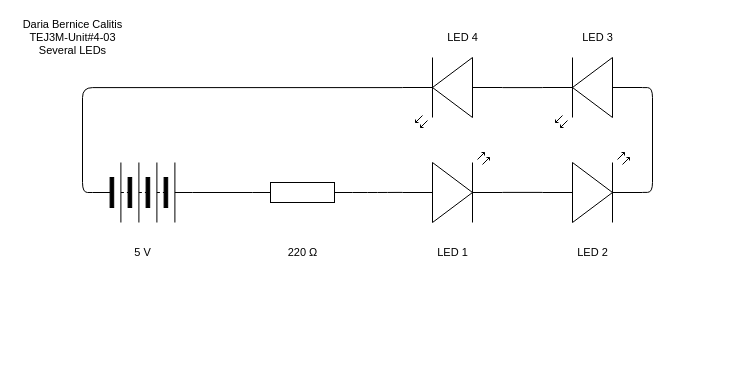
Before: TEJ3M-Unit#4-03-Extra.drawio in dbcalitis/TEJ3M-Unit-4, a draw.io diagram. Source tidied: cells renumbered, new cells numbered last; positions are measured from the earlier drawing's top-left corner, leaving out a move shared by most shapes. Both pictures are drawn from the tidied source at 100%, with x=0, y=0 at pixel (17, 17).
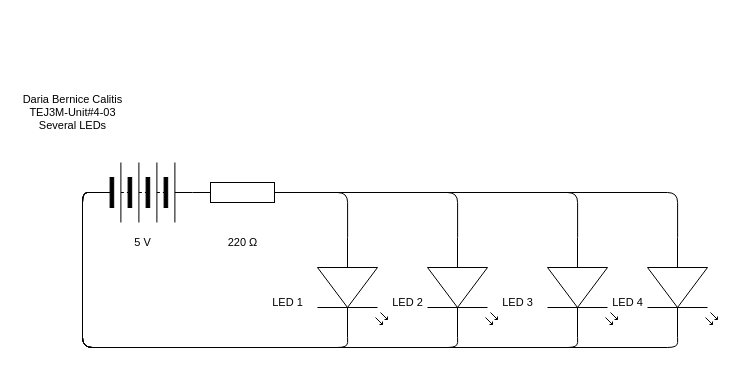
After the change.

The change refers to these unchanged cells:
```xml
<mxCell id="5" style="verticalLabelPosition=bottom;shadow=0;dashed=0;align=center;html=1;verticalAlign=top;shape=mxgraph.electrical.miscellaneous.batteryStack;" parent="1" vertex="1">
  <mxGeometry x="75" y="145" width="100" height="60" as="geometry" />
</mxCell>
```

Diff of the diagram source:
```diff
@@
+    <mxCell id="21" style="edgeStyle=orthogonalEdgeStyle;html=1;exitX=1;exitY=0.5;exitDx=0;exitDy=0;exitPerimeter=0;entryX=0;entryY=0.57;entryDx=0;entryDy=0;entryPerimeter=0;endArrow=none;endFill=0;" parent="1" edge="1" source="3" target="13">
+      <mxGeometry relative="1" as="geometry" />
+    </mxCell>
+    <mxCell id="22" style="edgeStyle=orthogonalEdgeStyle;html=1;exitX=1;exitY=0.5;exitDx=0;exitDy=0;exitPerimeter=0;entryX=0;entryY=0.57;entryDx=0;entryDy=0;entryPerimeter=0;endArrow=none;endFill=0;" parent="1" edge="1" source="3" target="15">
+      <mxGeometry relative="1" as="geometry" />
+    </mxCell>
+    <mxCell id="23" style="edgeStyle=orthogonalEdgeStyle;html=1;exitX=1;exitY=0.5;exitDx=0;exitDy=0;exitPerimeter=0;entryX=0;entryY=0.57;entryDx=0;entryDy=0;entryPerimeter=0;endArrow=none;endFill=0;" parent="1" edge="1" source="3" target="17">
+      <mxGeometry relative="1" as="geometry" />
+    </mxCell>
     <mxCell id="3" style="verticalLabelPosition=bottom;shadow=0;dashed=0;align=center;html=1;verticalAlign=top;shape=mxgraph.electrical.resistors.resistor_1;" parent="1" vertex="1">
-      <mxGeometry x="235" y="165" width="100" height="20" as="geometry" />
+      <mxGeometry x="175" y="165" width="100" height="20" as="geometry" />
     </mxCell>
@@
-    <mxCell id="6" style="edgeStyle=none;html=1;exitX=1;exitY=0.57;exitDx=0;exitDy=0;exitPerimeter=0;entryX=0;entryY=0.57;entryDx=0;entryDy=0;entryPerimeter=0;endArrow=none;endFill=0;" parent="1" edge="1" source="7" target="13">
-      <mxGeometry relative="1" as="geometry" />
-    </mxCell>
+    <mxCell id="24" style="edgeStyle=orthogonalEdgeStyle;html=1;exitX=1;exitY=0.57;exitDx=0;exitDy=0;exitPerimeter=0;entryX=0;entryY=0.5;entryDx=0;entryDy=0;endArrow=none;endFill=0;" parent="1" edge="1" source="7" target="5">
+      <mxGeometry relative="1" as="geometry" />
+    </mxCell>
-    <mxCell id="7" style="verticalLabelPosition=bottom;shadow=0;dashed=0;align=center;html=1;verticalAlign=top;shape=mxgraph.electrical.opto_electronics.led_2;" parent="1" vertex="1">
-      <mxGeometry x="385" y="135" width="100" height="70" as="geometry" />
+    <mxCell id="7" style="verticalLabelPosition=bottom;shadow=0;dashed=0;align=center;html=1;verticalAlign=top;shape=mxgraph.electrical.opto_electronics.led_2;rotation=90;" parent="1" vertex="1">
+      <mxGeometry x="395" y="235" width="100" height="70" as="geometry" />
     </mxCell>
     <mxCell id="8" value="5 V" style="text;html=1;align=center;verticalAlign=middle;strokeColor=none;fillColor=none;fontSize=11;fontFamily=Helvetica;fontColor=default;" parent="1" vertex="1">
-      <mxGeometry x="110" y="225" width="30" height="20" as="geometry" />
+      <mxGeometry x="110" y="215" width="30" height="20" as="geometry" />
     </mxCell>
     <mxCell id="9" value="220&amp;nbsp;Ω" style="text;html=1;align=center;verticalAlign=middle;strokeColor=none;fillColor=none;fontSize=11;fontFamily=Helvetica;fontColor=default;" parent="1" vertex="1">
-      <mxGeometry x="265" y="225" width="40" height="20" as="geometry" />
+      <mxGeometry x="205" y="215" width="40" height="20" as="geometry" />
     </mxCell>
     <mxCell id="10" value="LED 1" style="text;html=1;align=center;verticalAlign=middle;strokeColor=none;fillColor=none;fontSize=11;fontFamily=Helvetica;fontColor=default;" parent="1" vertex="1">
-      <mxGeometry x="410" y="225" width="50" height="20" as="geometry" />
+      <mxGeometry x="245" y="275" width="50" height="20" as="geometry" />
     </mxCell>
     <mxCell id="11" value="Daria Bernice Calitis&lt;br&gt;TEJ3M-Unit#4-03&lt;br&gt;Several LEDs" style="text;html=1;align=center;verticalAlign=middle;strokeColor=none;fillColor=none;fontSize=11;fontFamily=Helvetica;fontColor=default;" parent="1" vertex="1">
-      <mxGeometry width="110" height="40" as="geometry" />
+      <mxGeometry y="75" width="110" height="40" as="geometry" />
     </mxCell>
-    <mxCell id="12" style="edgeStyle=orthogonalEdgeStyle;shape=connector;rounded=1;html=1;exitX=1;exitY=0.57;exitDx=0;exitDy=0;exitPerimeter=0;entryX=0;entryY=0.57;entryDx=0;entryDy=0;entryPerimeter=0;labelBackgroundColor=default;fontFamily=Helvetica;fontSize=11;fontColor=default;endArrow=none;endFill=0;strokeColor=default;" parent="1" edge="1" source="13" target="15">
-      <mxGeometry relative="1" as="geometry" />
-    </mxCell>
+    <mxCell id="25" style="edgeStyle=orthogonalEdgeStyle;html=1;exitX=1;exitY=0.57;exitDx=0;exitDy=0;exitPerimeter=0;entryX=0;entryY=0.5;entryDx=0;entryDy=0;endArrow=none;endFill=0;" parent="1" edge="1" source="13" target="5">
+      <mxGeometry relative="1" as="geometry" />
+    </mxCell>
-    <mxCell id="13" style="verticalLabelPosition=bottom;shadow=0;dashed=0;align=center;html=1;verticalAlign=top;shape=mxgraph.electrical.opto_electronics.led_2;" parent="1" vertex="1">
-      <mxGeometry x="525" y="135" width="100" height="70" as="geometry" />
+    <mxCell id="13" style="verticalLabelPosition=bottom;shadow=0;dashed=0;align=center;html=1;verticalAlign=top;shape=mxgraph.electrical.opto_electronics.led_2;rotation=90;" parent="1" vertex="1">
+      <mxGeometry x="515" y="235" width="100" height="70" as="geometry" />
     </mxCell>
-    <mxCell id="14" style="edgeStyle=orthogonalEdgeStyle;shape=connector;rounded=1;html=1;exitX=1;exitY=0.57;exitDx=0;exitDy=0;exitPerimeter=0;entryX=0;entryY=0.57;entryDx=0;entryDy=0;entryPerimeter=0;labelBackgroundColor=default;fontFamily=Helvetica;fontSize=11;fontColor=default;endArrow=none;endFill=0;strokeColor=default;" parent="1" edge="1" source="15" target="17">
-      <mxGeometry relative="1" as="geometry" />
-    </mxCell>
+    <mxCell id="26" style="edgeStyle=orthogonalEdgeStyle;html=1;exitX=1;exitY=0.57;exitDx=0;exitDy=0;exitPerimeter=0;entryX=0;entryY=0.5;entryDx=0;entryDy=0;endArrow=none;endFill=0;" parent="1" edge="1" source="15" target="5">
+      <mxGeometry relative="1" as="geometry" />
+    </mxCell>
-    <mxCell id="15" style="verticalLabelPosition=bottom;shadow=0;dashed=0;align=center;html=1;verticalAlign=top;shape=mxgraph.electrical.opto_electronics.led_2;rotation=-180;" parent="1" vertex="1">
-      <mxGeometry x="525" y="40" width="100" height="70" as="geometry" />
+    <mxCell id="15" style="verticalLabelPosition=bottom;shadow=0;dashed=0;align=center;html=1;verticalAlign=top;shape=mxgraph.electrical.opto_electronics.led_2;rotation=90;" parent="1" vertex="1">
+      <mxGeometry x="285" y="235" width="100" height="70" as="geometry" />
     </mxCell>
-    <mxCell id="16" style="edgeStyle=orthogonalEdgeStyle;shape=connector;rounded=1;html=1;exitX=1;exitY=0.57;exitDx=0;exitDy=0;exitPerimeter=0;entryX=0;entryY=0.5;entryDx=0;entryDy=0;labelBackgroundColor=default;fontFamily=Helvetica;fontSize=11;fontColor=default;endArrow=none;endFill=0;strokeColor=default;" parent="1" edge="1" source="17" target="5">
+    <mxCell id="16" style="edgeStyle=orthogonalEdgeStyle;html=1;exitX=1;exitY=0.57;exitDx=0;exitDy=0;exitPerimeter=0;entryX=0;entryY=0.5;entryDx=0;entryDy=0;endArrow=none;endFill=0;" parent="1" edge="1" source="17" target="5">
       <mxGeometry relative="1" as="geometry" />
     </mxCell>
-    <mxCell id="17" style="verticalLabelPosition=bottom;shadow=0;dashed=0;align=center;html=1;verticalAlign=top;shape=mxgraph.electrical.opto_electronics.led_2;rotation=-180;" parent="1" vertex="1">
-      <mxGeometry x="385" y="40" width="100" height="70" as="geometry" />
+    <mxCell id="17" style="verticalLabelPosition=bottom;shadow=0;dashed=0;align=center;html=1;verticalAlign=top;shape=mxgraph.electrical.opto_electronics.led_2;rotation=90;" parent="1" vertex="1">
+      <mxGeometry x="615" y="235" width="100" height="70" as="geometry" />
     </mxCell>
     <mxCell id="18" value="LED 2" style="text;html=1;align=center;verticalAlign=middle;strokeColor=none;fillColor=none;fontSize=11;fontFamily=Helvetica;fontColor=default;" parent="1" vertex="1">
-      <mxGeometry x="550" y="225" width="50" height="20" as="geometry" />
+      <mxGeometry x="365" y="275" width="50" height="20" as="geometry" />
     </mxCell>
     <mxCell id="19" value="LED 4" style="text;html=1;align=center;verticalAlign=middle;strokeColor=none;fillColor=none;fontSize=11;fontFamily=Helvetica;fontColor=default;" parent="1" vertex="1">
-      <mxGeometry x="420" y="10" width="50" height="20" as="geometry" />
+      <mxGeometry x="585" y="275" width="50" height="20" as="geometry" />
     </mxCell>
     <mxCell id="20" value="LED 3" style="text;html=1;align=center;verticalAlign=middle;strokeColor=none;fillColor=none;fontSize=11;fontFamily=Helvetica;fontColor=default;" parent="1" vertex="1">
-      <mxGeometry x="555" y="10" width="50" height="20" as="geometry" />
+      <mxGeometry x="475" y="275" width="50" height="20" as="geometry" />
     </mxCell>
```
